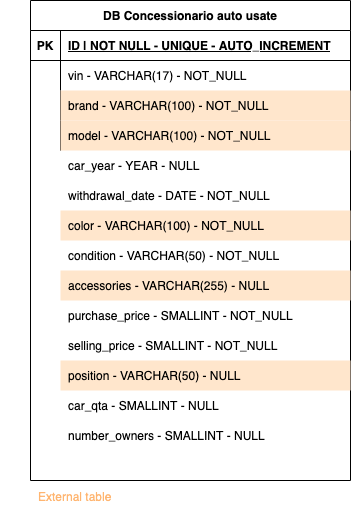
The draw.io diagram DB_car.png in AlexBosio95/db-first, before a commit. Source tidied: cells renumbered, new cells last; positions are measured from the earlier drawing's top-left corner, leaving out a move shared by most shapes.
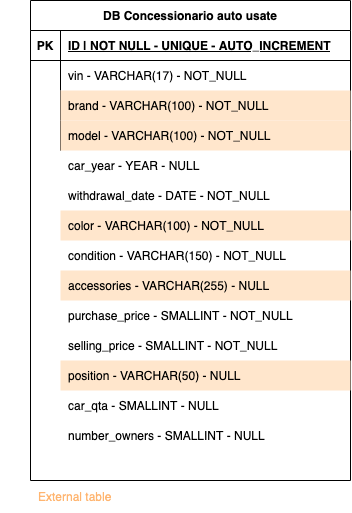
Later version of the same file.

Commit message:
fix: condition  VARCHAR

What changed in the source:
```diff
@@ -50,7 +50,7 @@
     <mxCell id="17" value="color -  VARCHAR(100) - NOT_NULL" style="shape=partialRectangle;fillColor=#ffe6cc;top=0;left=0;bottom=0;right=0;align=left;spacingLeft=6;overflow=hidden;fillStyle=solid;strokeColor=#d79b00;" parent="1" vertex="1">
       <mxGeometry x="60" y="210" width="290" height="30" as="geometry" />
     </mxCell>
-    <mxCell id="18" value="condition -  VARCHAR(50) - NOT_NULL" style="shape=partialRectangle;fillColor=none;top=0;left=0;bottom=0;right=0;align=left;spacingLeft=6;overflow=hidden;fillStyle=solid;" parent="1" vertex="1">
+    <mxCell id="18" value="condition -  VARCHAR(150) - NOT_NULL" style="shape=partialRectangle;fillColor=none;top=0;left=0;bottom=0;right=0;align=left;spacingLeft=6;overflow=hidden;fillStyle=solid;" parent="1" vertex="1">
       <mxGeometry x="60" y="240" width="290" height="30" as="geometry" />
     </mxCell>
     <mxCell id="19" value="accessories -  VARCHAR(255) - NULL" style="shape=partialRectangle;fillColor=#ffe6cc;top=0;left=0;bottom=0;right=0;align=left;spacingLeft=6;overflow=hidden;fillStyle=solid;strokeColor=#d79b00;" parent="1" vertex="1">
```
